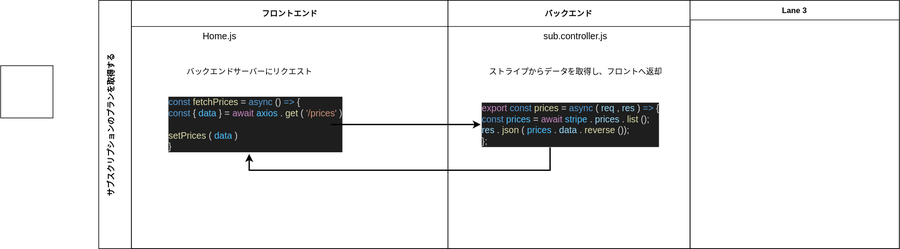
This is stripe-subscription/stripe-data-flow.drawio.svg from awsome-cats/project-design-for-react, a draw.io export, as it was before one commit. Source tidied: cells renumbered, new cells last; positions are measured from the earlier drawing's top-left corner, leaving out a move shared by most shapes.
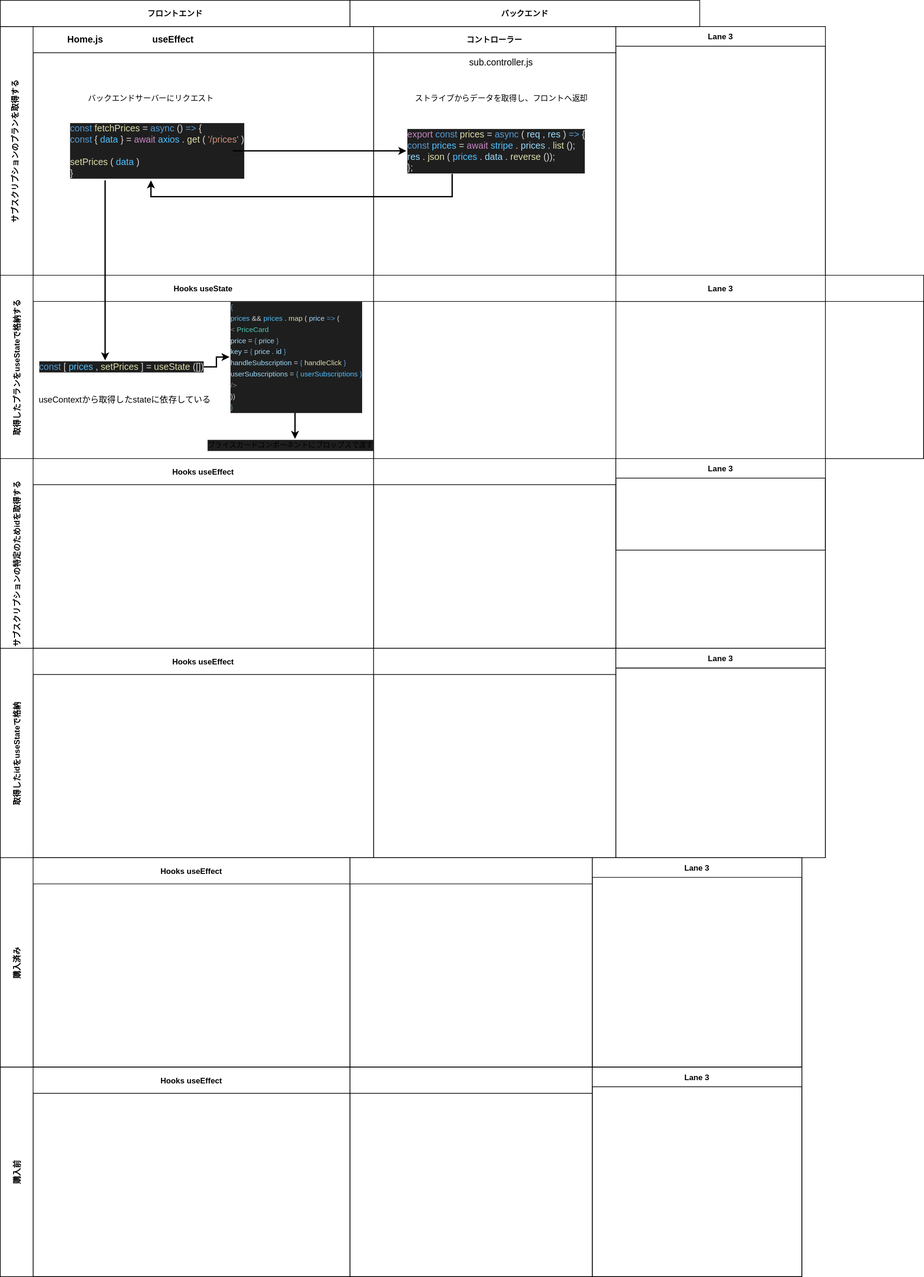
The same diagram one commit later.

What changed in the source:
```diff
@@ -2,20 +2,17 @@
   <root>
     <mxCell id="0" />
     <mxCell id="1" parent="0" />
-    <mxCell id="2" style="whiteSpace=wrap;html=1;" parent="1" vertex="1">
-      <mxGeometry y="100" width="80" height="80" as="geometry" />
-    </mxCell>
     <mxCell id="3" value="クライアント" style="text;html=1;strokeColor=none;fillColor=none;align=center;verticalAlign=middle;whiteSpace=wrap;rounded=0;" parent="1" vertex="1">
       <mxGeometry x="200" width="210" height="30" as="geometry" />
     </mxCell>
-    <mxCell id="4" value="サブスクリプションのプランを取得する&#10;" style="swimlane;startSize=50;horizontal=0;" parent="1" vertex="1">
-      <mxGeometry x="150" width="1224" height="380" as="geometry" />
+    <mxCell id="4" value="サブスクリプションのプランを取得する&#10;" style="swimlane;startSize=50;horizontal=0;verticalAlign=middle;spacingTop=9;" parent="1" vertex="1">
+      <mxGeometry x="150" width="1260" height="380" as="geometry" />
     </mxCell>
-    <mxCell id="5" value="フロントエンド" style="swimlane;startSize=40;" parent="4" vertex="1">
-      <mxGeometry x="50" width="484" height="380" as="geometry" />
+    <mxCell id="5" style="swimlane;startSize=40;" parent="4" vertex="1">
+      <mxGeometry x="50" width="520" height="380" as="geometry" />
     </mxCell>
-    <mxCell id="6" value="Home.js" style="text;html=1;strokeColor=none;fillColor=none;align=center;verticalAlign=middle;whiteSpace=wrap;rounded=0;fontSize=14;" parent="5" vertex="1">
-      <mxGeometry y="40" width="270" height="30" as="geometry" />
+    <mxCell id="6" value="Home.js" style="text;html=1;strokeColor=none;fillColor=none;align=center;verticalAlign=middle;whiteSpace=wrap;rounded=0;fontSize=14;fontStyle=1;" parent="5" vertex="1">
+      <mxGeometry y="5" width="160" height="30" as="geometry" />
     </mxCell>
     <mxCell id="7" value="&lt;div style=&quot;color: rgb(212, 212, 212); background-color: rgb(30, 30, 30); font-size: 14px; line-height: 17px;&quot;&gt;&lt;div style=&quot;font-size: 14px;&quot;&gt;&lt;span style=&quot;color: rgb(86, 156, 214); font-size: 14px;&quot;&gt;const&lt;/span&gt; &lt;span style=&quot;color: rgb(220, 220, 170); font-size: 14px;&quot;&gt;fetchPrices&lt;/span&gt; = &lt;span style=&quot;color: rgb(86, 156, 214); font-size: 14px;&quot;&gt;async&lt;/span&gt;() &lt;span style=&quot;color: rgb(86, 156, 214); font-size: 14px;&quot;&gt;=&amp;gt;&lt;/span&gt; {&lt;/div&gt;&lt;div style=&quot;font-size: 14px;&quot;&gt;        &lt;span style=&quot;color: rgb(86, 156, 214); font-size: 14px;&quot;&gt;const&lt;/span&gt; {&lt;span style=&quot;color: rgb(79, 193, 255); font-size: 14px;&quot;&gt;data&lt;/span&gt;} = &lt;span style=&quot;color: rgb(197, 134, 192); font-size: 14px;&quot;&gt;await&lt;/span&gt; &lt;span style=&quot;color: rgb(79, 193, 255); font-size: 14px;&quot;&gt;axios&lt;/span&gt;.&lt;span style=&quot;color: rgb(220, 220, 170); font-size: 14px;&quot;&gt;get&lt;/span&gt;(&lt;span style=&quot;color: rgb(206, 145, 120); font-size: 14px;&quot;&gt;'/prices'&lt;/span&gt;)&lt;/div&gt;&lt;div style=&quot;font-size: 14px;&quot;&gt;&lt;br style=&quot;font-size: 14px;&quot;&gt;&lt;/div&gt;&lt;div style=&quot;font-size: 14px;&quot;&gt;        &lt;span style=&quot;color: rgb(220, 220, 170); font-size: 14px;&quot;&gt;setPrices&lt;/span&gt;(&lt;span style=&quot;color: rgb(79, 193, 255); font-size: 14px;&quot;&gt;data&lt;/span&gt;)&lt;/div&gt;&lt;div style=&quot;font-size: 14px;&quot;&gt;    }&lt;/div&gt;&lt;/div&gt;" style="text;html=1;align=left;verticalAlign=middle;points=[];strokeColor=none;fontSize=14;" parent="5" vertex="1">
       <mxGeometry x="55" y="145" width="250" height="90" as="geometry" />
@@ -23,8 +20,11 @@
     <mxCell id="8" value="バックエンドサーバーにリクエスト" style="text;html=1;align=center;verticalAlign=middle;strokeColor=none;" parent="5" vertex="1">
       <mxGeometry x="75" y="100" width="210" height="20" as="geometry" />
     </mxCell>
+    <mxCell id="16" value="useEffect" style="text;html=1;strokeColor=none;fillColor=none;align=center;verticalAlign=middle;whiteSpace=wrap;rounded=0;fontSize=14;fontStyle=1;" parent="5" vertex="1">
+      <mxGeometry x="129" width="170" height="40" as="geometry" />
+    </mxCell>
-    <mxCell id="9" value="バックエンド" style="swimlane;startSize=40;" parent="4" vertex="1">
-      <mxGeometry x="534" width="370" height="380" as="geometry" />
+    <mxCell id="9" value="コントローラー" style="swimlane;startSize=40;" parent="4" vertex="1">
+      <mxGeometry x="570" width="370" height="380" as="geometry" />
     </mxCell>
     <mxCell id="10" value="ストライプからデータを取得し、フロントへ返却" style="text;html=1;align=center;verticalAlign=middle;strokeColor=none;" parent="9" vertex="1">
       <mxGeometry x="55" y="100" width="280" height="20" as="geometry" />
@@ -36,7 +36,7 @@
       <mxGeometry x="60" y="40" width="270" height="30" as="geometry" />
     </mxCell>
     <mxCell id="13" value="Lane 3" style="swimlane;startSize=30;" parent="4" vertex="1">
-      <mxGeometry x="904" width="320" height="380" as="geometry" />
+      <mxGeometry x="940" width="320" height="380" as="geometry" />
     </mxCell>
     <mxCell id="14" style="edgeStyle=orthogonalEdgeStyle;rounded=0;jettySize=auto;html=1;fontSize=14;strokeWidth=2;" parent="4" edge="1" source="7" target="11">
       <mxGeometry relative="1" as="geometry" />
@@ -49,5 +49,97 @@
         </Array>
       </mxGeometry>
     </mxCell>
+    <mxCell id="17" value="取得したプランをuseStateで格納する" style="swimlane;startSize=50;horizontal=0;" parent="1" vertex="1">
+      <mxGeometry x="150" y="380" width="1410" height="280" as="geometry" />
+    </mxCell>
+    <mxCell id="18" value="Hooks useState" style="swimlane;startSize=40;" parent="17" vertex="1">
+      <mxGeometry x="50" width="520" height="280" as="geometry" />
+    </mxCell>
+    <mxCell id="19" style="edgeStyle=orthogonalEdgeStyle;rounded=0;jettySize=auto;html=1;fontSize=14;strokeWidth=2;" parent="18" edge="1" source="20" target="22">
+      <mxGeometry relative="1" as="geometry" />
+    </mxCell>
+    <mxCell id="20" value="&lt;div style=&quot;color: rgb(212, 212, 212); background-color: rgb(30, 30, 30); font-size: 14px; line-height: 17px;&quot;&gt;&lt;span style=&quot;color: rgb(86, 156, 214); font-size: 14px;&quot;&gt;const&lt;/span&gt; [&lt;span style=&quot;color: rgb(79, 193, 255); font-size: 14px;&quot;&gt;prices&lt;/span&gt;, &lt;span style=&quot;color: rgb(220, 220, 170); font-size: 14px;&quot;&gt;setPrices&lt;/span&gt;] = &lt;span style=&quot;color: rgb(220, 220, 170); font-size: 14px;&quot;&gt;useState&lt;/span&gt;([])&lt;/div&gt;" style="text;html=1;align=center;verticalAlign=middle;points=[];strokeColor=none;fontSize=14;" parent="18" vertex="1">
+      <mxGeometry x="10" y="130" width="250" height="20" as="geometry" />
+    </mxCell>
+    <mxCell id="21" style="edgeStyle=orthogonalEdgeStyle;rounded=0;jettySize=auto;html=1;fontSize=13;strokeWidth=2;" parent="18" edge="1" source="22" target="24">
+      <mxGeometry relative="1" as="geometry" />
+    </mxCell>
+    <mxCell id="22" value="&lt;div style=&quot;color: rgb(212 , 212 , 212) ; background-color: rgb(30 , 30 , 30) ; font-size: 14px ; line-height: 17px&quot;&gt;&lt;div style=&quot;font-family: , &amp;quot;menlo&amp;quot; , &amp;quot;monaco&amp;quot; , &amp;quot;courier new&amp;quot; , monospace ; font-size: 11px ; line-height: 17px&quot;&gt;&lt;div&gt;&lt;span style=&quot;color: #569cd6&quot;&gt;{&lt;/span&gt;&lt;/div&gt;&lt;div&gt;                    &lt;span style=&quot;color: #4fc1ff&quot;&gt;prices&lt;/span&gt; &amp;amp;&amp;amp; &lt;span style=&quot;color: #4fc1ff&quot;&gt;prices&lt;/span&gt;.&lt;span style=&quot;color: #dcdcaa&quot;&gt;map&lt;/span&gt;(&lt;span style=&quot;color: #9cdcfe&quot;&gt;price&lt;/span&gt; &lt;span style=&quot;color: #569cd6&quot;&gt;=&amp;gt;&lt;/span&gt; (&lt;/div&gt;&lt;div&gt;                        &lt;span style=&quot;color: #808080&quot;&gt;&amp;lt;&lt;/span&gt;&lt;span style=&quot;color: #4ec9b0&quot;&gt;PriceCard&lt;/span&gt;&lt;/div&gt;&lt;div&gt;                        &lt;span style=&quot;color: #9cdcfe&quot;&gt;price&lt;/span&gt;=&lt;span style=&quot;color: #569cd6&quot;&gt;{&lt;/span&gt;&lt;span style=&quot;color: #9cdcfe&quot;&gt;price&lt;/span&gt;&lt;span style=&quot;color: #569cd6&quot;&gt;}&lt;/span&gt;&lt;/div&gt;&lt;div&gt;                        &lt;span style=&quot;color: #9cdcfe&quot;&gt;key&lt;/span&gt;=&lt;span style=&quot;color: #569cd6&quot;&gt;{&lt;/span&gt;&lt;span style=&quot;color: #9cdcfe&quot;&gt;price&lt;/span&gt;.&lt;span style=&quot;color: #9cdcfe&quot;&gt;id&lt;/span&gt;&lt;span style=&quot;color: #569cd6&quot;&gt;}&lt;/span&gt;&lt;/div&gt;&lt;div&gt;                        &lt;span style=&quot;color: #9cdcfe&quot;&gt;handleSubscription&lt;/span&gt;=&lt;span style=&quot;color: #569cd6&quot;&gt;{&lt;/span&gt;&lt;span style=&quot;color: #dcdcaa&quot;&gt;handleClick&lt;/span&gt;&lt;span style=&quot;color: #569cd6&quot;&gt;}&lt;/span&gt;&lt;/div&gt;&lt;div&gt;                        &lt;span style=&quot;color: #9cdcfe&quot;&gt;userSubscriptions&lt;/span&gt;=&lt;span style=&quot;color: #569cd6&quot;&gt;{&lt;/span&gt;&lt;span style=&quot;color: #4fc1ff&quot;&gt;userSubscriptions&lt;/span&gt;&lt;span style=&quot;color: #569cd6&quot;&gt;}&lt;/span&gt;&lt;/div&gt;&lt;div&gt;                        &lt;span style=&quot;color: #808080&quot;&gt;/&amp;gt;&lt;/span&gt;&lt;/div&gt;&lt;div&gt;                    ))&lt;/div&gt;&lt;div&gt;                &lt;span style=&quot;color: #569cd6&quot;&gt;}&lt;/span&gt;&lt;/div&gt;&lt;/div&gt;&lt;/div&gt;" style="text;html=1;align=left;verticalAlign=middle;points=[];strokeColor=none;fontSize=14;" parent="18" vertex="1">
+      <mxGeometry x="300" y="40" width="200" height="170" as="geometry" />
+    </mxCell>
+    <mxCell id="23" value="useContextから取得したstateに依存している" style="text;html=1;align=center;verticalAlign=middle;strokeColor=none;fontSize=13;" parent="18" vertex="1">
+      <mxGeometry y="180" width="280" height="20" as="geometry" />
+    </mxCell>
+    <mxCell id="24" value="&lt;div style=&quot;background-color: rgb(30 , 30 , 30) ; font-size: 14px ; line-height: 17px&quot;&gt;&lt;div style=&quot;font-size: 11px ; line-height: 17px&quot;&gt;&lt;font&gt;プライスカードコンポーネントにプロップスで渡す&lt;/font&gt;&lt;/div&gt;&lt;/div&gt;" style="text;html=1;align=left;verticalAlign=middle;points=[];fontSize=13;" parent="18" vertex="1">
+      <mxGeometry x="265" y="250" width="270" height="20" as="geometry" />
+    </mxCell>
+    <mxCell id="25" style="swimlane;startSize=40;" parent="17" vertex="1">
+      <mxGeometry x="570" width="840" height="280" as="geometry" />
+    </mxCell>
+    <mxCell id="26" value="Lane 3" style="swimlane;startSize=40;" parent="25" vertex="1">
+      <mxGeometry x="370" width="320" height="420" as="geometry" />
+    </mxCell>
+    <mxCell id="27" style="edgeStyle=orthogonalEdgeStyle;rounded=0;jettySize=auto;html=1;fontSize=14;strokeWidth=2;" parent="1" edge="1" source="7" target="20">
+      <mxGeometry relative="1" as="geometry">
+        <Array as="points">
+          <mxPoint x="310" y="290" />
+          <mxPoint x="310" y="290" />
+        </Array>
+      </mxGeometry>
+    </mxCell>
+    <mxCell id="28" value="&lt;span style=&quot;font-size: 12px; font-weight: 700;&quot;&gt;フロントエンド&lt;/span&gt;" style="rounded=0;whiteSpace=wrap;html=1;fontSize=14;align=center;verticalAlign=middle;" parent="1" vertex="1">
+      <mxGeometry x="150" y="-40" width="534" height="40" as="geometry" />
+    </mxCell>
+    <mxCell id="29" value="&lt;span style=&quot;font-size: 12px&quot;&gt;&lt;b&gt;バックエンド&lt;/b&gt;&lt;/span&gt;" style="rounded=0;whiteSpace=wrap;html=1;fontSize=14;align=center;verticalAlign=middle;" parent="1" vertex="1">
+      <mxGeometry x="684" y="-40" width="534" height="40" as="geometry" />
+    </mxCell>
+    <mxCell id="30" value="サブスクリプションの特定のためidを取得する" style="swimlane;startSize=50;horizontal=0;" parent="1" vertex="1">
+      <mxGeometry x="150" y="660" width="1260" height="320" as="geometry" />
+    </mxCell>
+    <mxCell id="31" value="Hooks useEffect" style="swimlane;startSize=40;" parent="30" vertex="1">
+      <mxGeometry x="50" width="520" height="320" as="geometry" />
+    </mxCell>
+    <mxCell id="32" style="swimlane;startSize=40;" parent="30" vertex="1">
+      <mxGeometry x="570" width="370" height="320" as="geometry" />
+    </mxCell>
+    <mxCell id="33" value="Lane 3" style="swimlane;startSize=30;" parent="30" vertex="1">
+      <mxGeometry x="940" width="320" height="320" as="geometry" />
+    </mxCell>
+    <mxCell id="34" value="取得したidをuseStateで格納" style="swimlane;startSize=50;horizontal=0;" parent="1" vertex="1">
+      <mxGeometry x="150" y="950" width="1260" height="320" as="geometry" />
+    </mxCell>
+    <mxCell id="35" value="Hooks useEffect" style="swimlane;startSize=40;" parent="34" vertex="1">
+      <mxGeometry x="50" width="520" height="320" as="geometry" />
+    </mxCell>
+    <mxCell id="36" style="swimlane;startSize=40;" parent="34" vertex="1">
+      <mxGeometry x="570" width="370" height="320" as="geometry" />
+    </mxCell>
+    <mxCell id="37" value="Lane 3" style="swimlane;startSize=30;" parent="34" vertex="1">
+      <mxGeometry x="940" width="320" height="320" as="geometry" />
+    </mxCell>
+    <mxCell id="38" value="購入済み" style="swimlane;startSize=50;horizontal=0;" parent="1" vertex="1">
+      <mxGeometry x="150" y="1270" width="1224" height="320" as="geometry" />
+    </mxCell>
+    <mxCell id="39" value="Hooks useEffect" style="swimlane;startSize=40;" parent="38" vertex="1">
+      <mxGeometry x="50" width="484" height="320" as="geometry" />
+    </mxCell>
+    <mxCell id="40" style="swimlane;startSize=40;" parent="38" vertex="1">
+      <mxGeometry x="534" width="370" height="320" as="geometry" />
+    </mxCell>
+    <mxCell id="41" value="Lane 3" style="swimlane;startSize=30;" parent="38" vertex="1">
+      <mxGeometry x="904" width="320" height="320" as="geometry" />
+    </mxCell>
+    <mxCell id="42" value="購入前" style="swimlane;startSize=50;horizontal=0;" parent="1" vertex="1">
+      <mxGeometry x="150" y="1590" width="1224" height="320" as="geometry" />
+    </mxCell>
+    <mxCell id="43" value="Hooks useEffect" style="swimlane;startSize=40;" parent="42" vertex="1">
+      <mxGeometry x="50" width="484" height="320" as="geometry" />
+    </mxCell>
+    <mxCell id="44" style="swimlane;startSize=40;" parent="42" vertex="1">
+      <mxGeometry x="534" width="370" height="320" as="geometry" />
+    </mxCell>
+    <mxCell id="45" value="Lane 3" style="swimlane;startSize=30;" parent="42" vertex="1">
+      <mxGeometry x="904" width="320" height="320" as="geometry" />
+    </mxCell>
   </root>
 </mxGraphModel>
```
